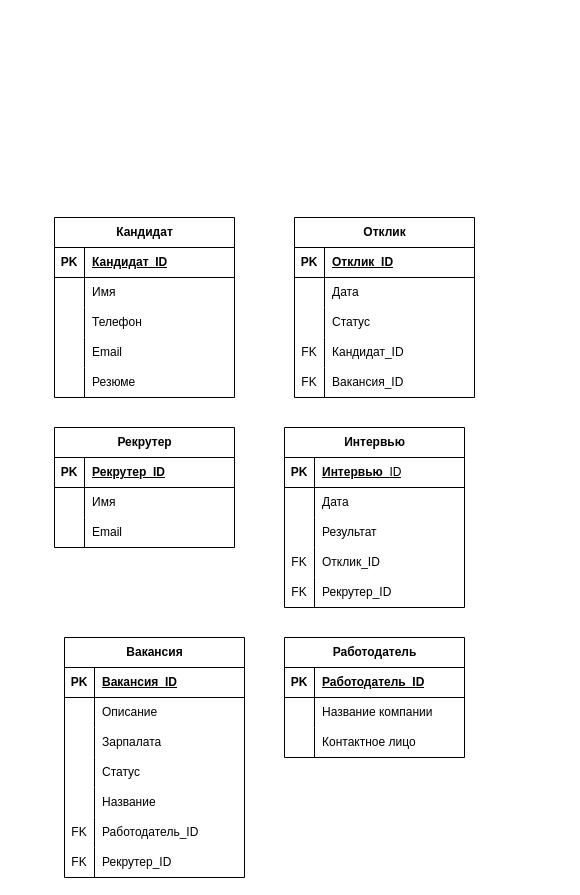
The draw.io diagram Логическая.drawio in Regdal-cyber/Coursework, before the edit. Source tidied: cells renumbered, new cells numbered last; positions are measured from the earlier drawing's top-left corner, leaving out a move shared by most shapes. Both pictures are drawn from the tidied source at 100%, with x=0, y=0 at pixel (54, 217).
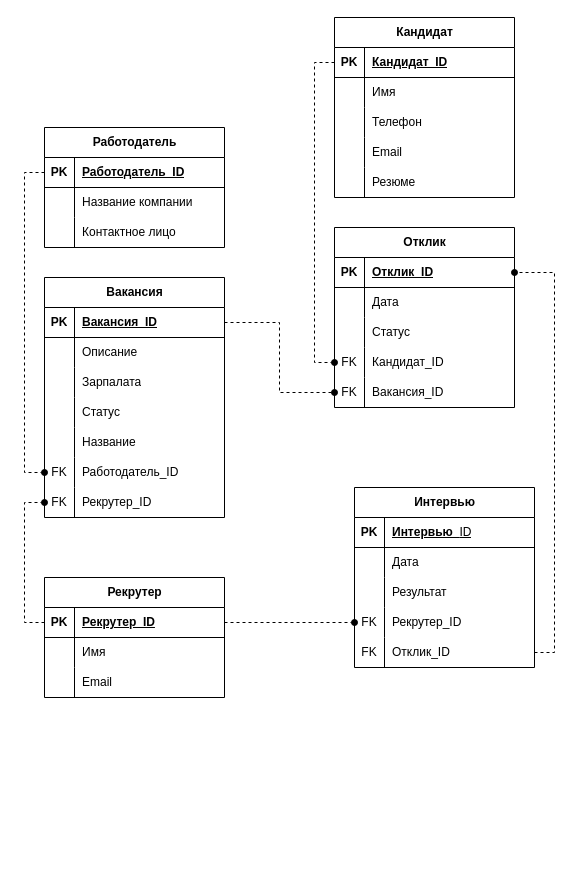
Above is the later version.

Unchanged cells that the change refers to:
```xml
<mxCell id="3" style="shape=tableRow;horizontal=0;startSize=0;swimlaneHead=0;swimlaneBody=0;fillColor=none;points=[[0,0.5],[1,0.5]];portConstraint=eastwest;top=0;left=0;right=0;bottom=1;" parent="2" vertex="1">
  <mxGeometry y="30" width="180" height="30" as="geometry" />
</mxCell>
<mxCell id="19" style="shape=tableRow;horizontal=0;startSize=0;swimlaneHead=0;swimlaneBody=0;fillColor=none;points=[[0,0.5],[1,0.5]];portConstraint=eastwest;top=0;left=0;right=0;bottom=1;" parent="18" vertex="1">
  <mxGeometry y="30" width="180" height="30" as="geometry" />
</mxCell>
<mxCell id="28" style="shape=tableRow;horizontal=0;startSize=0;swimlaneHead=0;swimlaneBody=0;fillColor=none;points=[[0,0.5],[1,0.5]];portConstraint=eastwest;top=0;left=0;right=0;bottom=0;" parent="18" vertex="1">
  <mxGeometry y="120" width="180" height="30" as="geometry" />
</mxCell>
<mxCell id="31" style="shape=tableRow;horizontal=0;startSize=0;swimlaneHead=0;swimlaneBody=0;fillColor=none;points=[[0,0.5],[1,0.5]];portConstraint=eastwest;top=0;left=0;right=0;bottom=0;" parent="18" vertex="1">
  <mxGeometry y="150" width="180" height="30" as="geometry" />
</mxCell>
<mxCell id="35" style="shape=tableRow;horizontal=0;startSize=0;swimlaneHead=0;swimlaneBody=0;fillColor=none;points=[[0,0.5],[1,0.5]];portConstraint=eastwest;top=0;left=0;right=0;bottom=1;" parent="34" vertex="1">
  <mxGeometry y="30" width="180" height="30" as="geometry" />
</mxCell>
<mxCell id="61" style="shape=tableRow;horizontal=0;startSize=0;swimlaneHead=0;swimlaneBody=0;fillColor=none;points=[[0,0.5],[1,0.5]];portConstraint=eastwest;top=0;left=0;right=0;bottom=1;" parent="60" vertex="1">
  <mxGeometry y="30" width="180" height="30" as="geometry" />
</mxCell>
<mxCell id="76" style="shape=tableRow;horizontal=0;startSize=0;swimlaneHead=0;swimlaneBody=0;fillColor=none;points=[[0,0.5],[1,0.5]];portConstraint=eastwest;top=0;left=0;right=0;bottom=0;" parent="60" vertex="1">
  <mxGeometry y="180" width="180" height="30" as="geometry" />
</mxCell>
<mxCell id="79" style="shape=tableRow;horizontal=0;startSize=0;swimlaneHead=0;swimlaneBody=0;fillColor=none;points=[[0,0.5],[1,0.5]];portConstraint=eastwest;top=0;left=0;right=0;bottom=0;" parent="60" vertex="1">
  <mxGeometry y="210" width="180" height="30" as="geometry" />
</mxCell>
<mxCell id="83" style="shape=tableRow;horizontal=0;startSize=0;swimlaneHead=0;swimlaneBody=0;fillColor=none;points=[[0,0.5],[1,0.5]];portConstraint=eastwest;top=0;left=0;right=0;bottom=1;" parent="82" vertex="1">
  <mxGeometry y="30" width="180" height="30" as="geometry" />
</mxCell>
```

Change to the diagram source:
```diff
@@
     <mxCell id="2" value="Кандидат" style="shape=table;startSize=30;childLayout=tableLayout;rowLines=0;fontStyle=1;align=center;html=1;" parent="1" vertex="1">
-      <mxGeometry width="180" height="180" as="geometry" />
+      <mxGeometry x="280" y="-200" width="180" height="180" as="geometry" />
     </mxCell>
@@
     <mxCell id="18" value="Отклик" style="shape=table;startSize=30;childLayout=tableLayout;rowLines=0;fontStyle=1;align=center;html=1;" parent="1" vertex="1">
-      <mxGeometry x="240" width="180" height="180" as="geometry" />
+      <mxGeometry x="280" y="10" width="180" height="180" as="geometry" />
     </mxCell>
@@
     <mxCell id="34" value="Рекрутер" style="shape=table;startSize=30;childLayout=tableLayout;rowLines=0;fontStyle=1;align=center;html=1;" parent="1" vertex="1">
-      <mxGeometry y="210" width="180" height="120" as="geometry" />
+      <mxGeometry x="-10" y="360" width="180" height="120" as="geometry" />
     </mxCell>
@@
     <mxCell id="44" value="Интервью" style="shape=table;startSize=30;childLayout=tableLayout;rowLines=0;fontStyle=1;align=center;html=1;" parent="1" vertex="1">
-      <mxGeometry x="230" y="210" width="180" height="180" as="geometry" />
+      <mxGeometry x="300" y="270" width="180" height="180" as="geometry" />
     </mxCell>
@@
-    <mxCell id="54" style="shape=tableRow;horizontal=0;startSize=0;swimlaneHead=0;swimlaneBody=0;fillColor=none;top=0;left=0;right=0;bottom=0;" parent="44" vertex="1">
-      <mxGeometry y="120" width="180" height="30" as="geometry" />
-    </mxCell>
-    <mxCell id="55" value="FK" style="shape=partialRectangle;fillColor=none;top=0;left=0;bottom=0;right=0;overflow=hidden;whiteSpace=wrap;html=1;" parent="54" vertex="1">
-      <mxGeometry width="30" height="30" as="geometry" />
-    </mxCell>
-    <mxCell id="56" value="Отклик_ID" style="shape=partialRectangle;fillColor=none;top=0;left=0;bottom=0;right=0;align=left;spacingLeft=6;overflow=hidden;whiteSpace=wrap;html=1;" parent="54" vertex="1">
-      <mxGeometry x="30" width="150" height="30" as="geometry" />
-    </mxCell>
     <mxCell id="57" style="shape=tableRow;horizontal=0;startSize=0;swimlaneHead=0;swimlaneBody=0;fillColor=none;points=[[0,0.5],[1,0.5]];portConstraint=eastwest;top=0;left=0;right=0;bottom=0;" parent="44" vertex="1">
-      <mxGeometry y="150" width="180" height="30" as="geometry" />
+      <mxGeometry y="120" width="180" height="30" as="geometry" />
     </mxCell>
@@
+    <mxCell id="92" style="shape=tableRow;horizontal=0;startSize=0;swimlaneHead=0;swimlaneBody=0;fillColor=none;points=[[0,0.5],[1,0.5]];portConstraint=eastwest;top=0;left=0;right=0;bottom=0;" parent="44" vertex="1">
+      <mxGeometry y="150" width="180" height="30" as="geometry" />
+    </mxCell>
+    <mxCell id="55" value="FK" style="shape=partialRectangle;fillColor=none;top=0;left=0;bottom=0;right=0;overflow=hidden;whiteSpace=wrap;html=1;" parent="92" vertex="1">
+      <mxGeometry width="30" height="30" as="geometry" />
+    </mxCell>
+    <mxCell id="56" value="Отклик_ID" style="shape=partialRectangle;fillColor=none;top=0;left=0;bottom=0;right=0;align=left;spacingLeft=6;overflow=hidden;whiteSpace=wrap;html=1;" parent="92" vertex="1">
+      <mxGeometry x="30" width="150" height="30" as="geometry" />
+    </mxCell>
     <mxCell id="60" value="Вакансия" style="shape=table;startSize=30;childLayout=tableLayout;rowLines=0;fontStyle=1;align=center;html=1;" parent="1" vertex="1">
-      <mxGeometry x="10" y="420" width="180" height="240" as="geometry" />
+      <mxGeometry x="-10" y="60" width="180" height="240" as="geometry" />
     </mxCell>
@@
     <mxCell id="82" value="Работодатель" style="shape=table;startSize=30;childLayout=tableLayout;rowLines=0;fontStyle=1;align=center;html=1;" parent="1" vertex="1">
-      <mxGeometry x="230" y="420" width="180" height="120" as="geometry" />
+      <mxGeometry x="-10" y="-90" width="180" height="120" as="geometry" />
     </mxCell>
@@
+    <mxCell id="93" style="edgeStyle=orthogonalEdgeStyle;rounded=0;jettySize=auto;html=1;entryX=1;entryY=0.5;entryDx=0;entryDy=0;exitX=1;exitY=0.5;exitDx=0;exitDy=0;dashed=1;endArrow=oval;endFill=1;" parent="1" edge="1" source="92" target="19">
+      <mxGeometry relative="1" as="geometry" />
+    </mxCell>
+    <mxCell id="94" style="edgeStyle=orthogonalEdgeStyle;rounded=0;jettySize=auto;html=1;entryX=0;entryY=0.5;entryDx=0;entryDy=0;dashed=1;endArrow=oval;endFill=1;" parent="1" edge="1" source="35" target="57">
+      <mxGeometry relative="1" as="geometry" />
+    </mxCell>
+    <mxCell id="95" style="edgeStyle=orthogonalEdgeStyle;rounded=0;jettySize=auto;html=1;entryX=0;entryY=0.5;entryDx=0;entryDy=0;dashed=1;endArrow=oval;endFill=1;" parent="1" edge="1" source="35" target="79">
+      <mxGeometry relative="1" as="geometry" />
+    </mxCell>
+    <mxCell id="96" style="edgeStyle=orthogonalEdgeStyle;rounded=0;jettySize=auto;html=1;entryX=0;entryY=0.5;entryDx=0;entryDy=0;dashed=1;endArrow=oval;endFill=1;" parent="1" edge="1" source="83" target="76">
+      <mxGeometry relative="1" as="geometry" />
+    </mxCell>
+    <mxCell id="97" style="edgeStyle=orthogonalEdgeStyle;rounded=0;jettySize=auto;html=1;entryX=0;entryY=0.5;entryDx=0;entryDy=0;dashed=1;endArrow=oval;endFill=1;" parent="1" edge="1" source="3" target="28">
+      <mxGeometry relative="1" as="geometry" />
+    </mxCell>
+    <mxCell id="98" style="edgeStyle=orthogonalEdgeStyle;rounded=0;jettySize=auto;html=1;dashed=1;endArrow=oval;endFill=1;" parent="1" edge="1" source="61" target="31">
+      <mxGeometry relative="1" as="geometry" />
+    </mxCell>
```
